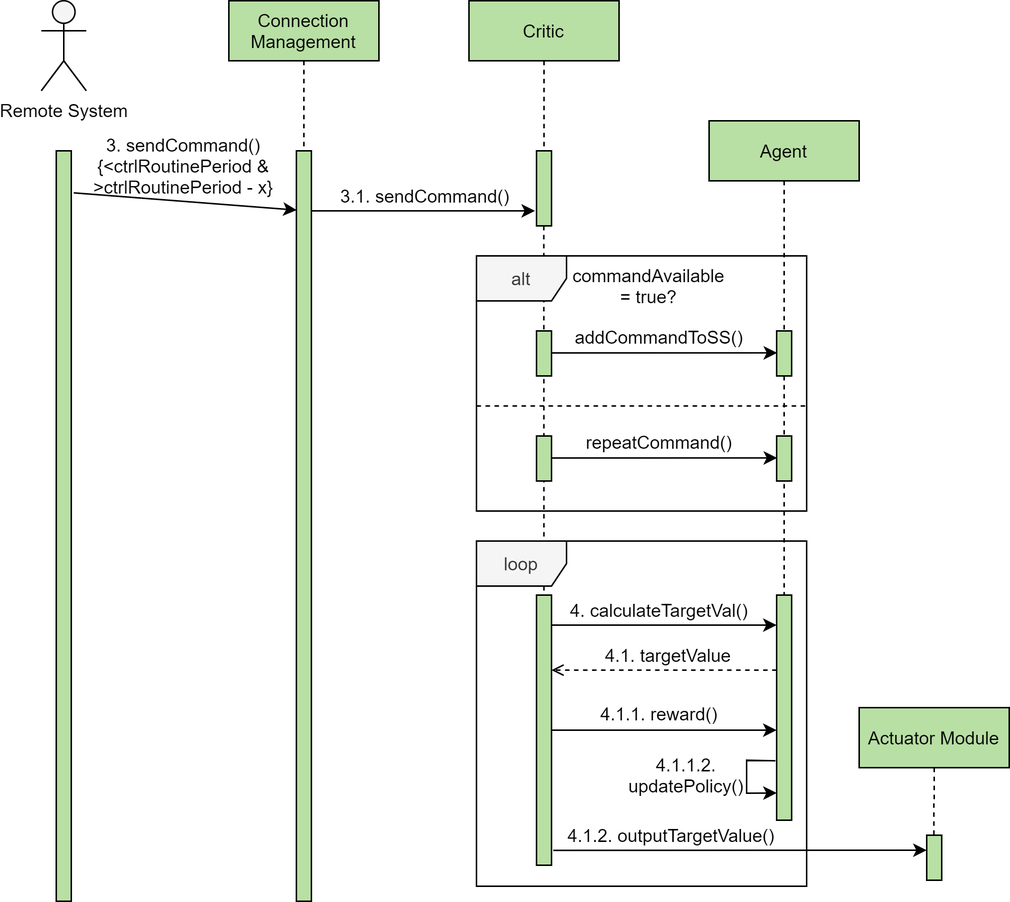
Above: 2. Analysis/5. System Analysis/Local/Sequence/sequence_diagram_local-2.png in esrg-silent-howl/zephyrus (draw.io), before the change. Source tidied: cells renumbered, new cells last; positions are measured from the earlier drawing's top-left corner, leaving out a move shared by most shapes.
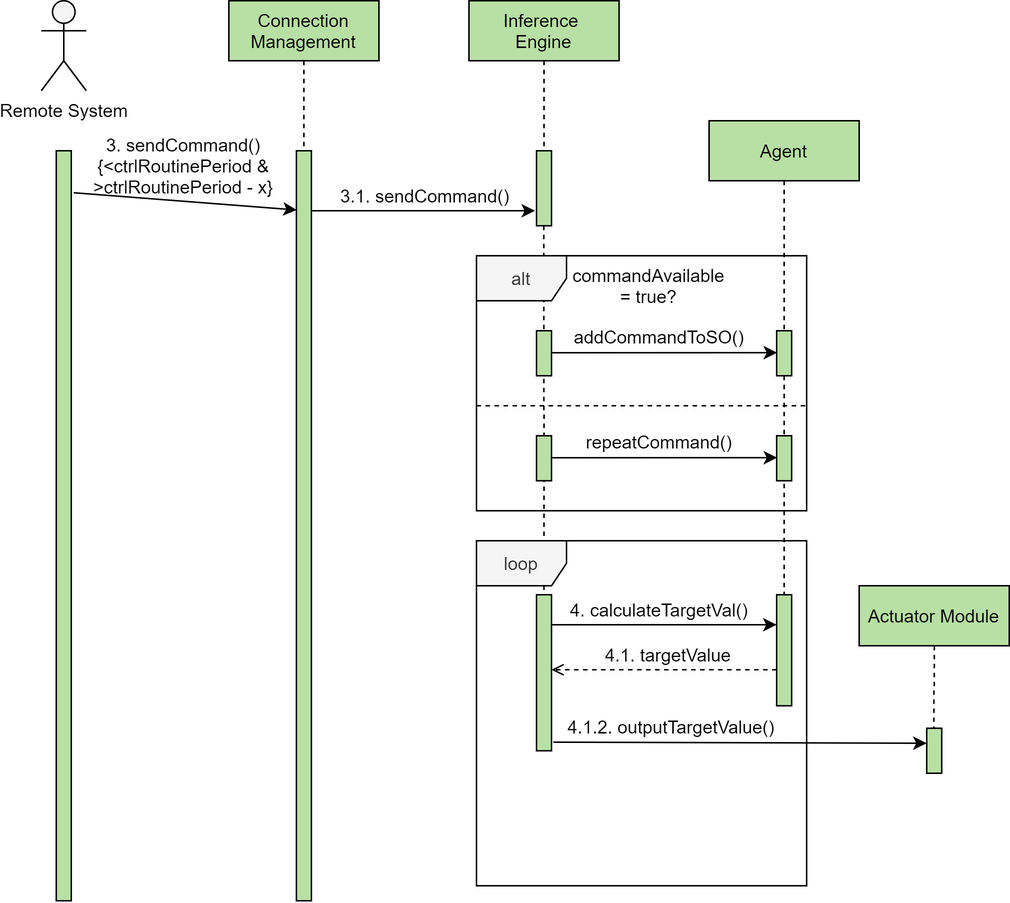
After the change.

Commit message:
FIX: Solved functional problems related to the RL model in the tables and diagrams

What changed in the source:
```diff
@@ -17,7 +17,7 @@
       <mxGeometry x="290" y="170" width="220" height="170" as="geometry" />
     </mxCell>
     <mxCell id="6" style="points=[];perimeter=orthogonalPerimeter;rounded=0;shadow=0;strokeWidth=1;fillColor=#B8DFA4;" parent="1" vertex="1">
-      <mxGeometry x="490" y="396" width="10" height="150" as="geometry" />
+      <mxGeometry x="490" y="396" width="10" height="74" as="geometry" />
     </mxCell>
     <mxCell id="7" style="points=[];perimeter=orthogonalPerimeter;rounded=0;shadow=0;strokeWidth=1;fillColor=#B8DFA4;" parent="1" vertex="1">
       <mxGeometry x="330" y="100" width="10" height="50" as="geometry" />
@@ -46,7 +46,7 @@
     <mxCell id="14" style="edgeStyle=orthogonalEdgeStyle;rounded=0;jettySize=auto;html=1;entryX=0.5;entryY=0.002;entryDx=0;entryDy=0;entryPerimeter=0;dashed=1;endArrow=none;endFill=0;" parent="1" edge="1" source="15" target="7">
       <mxGeometry relative="1" as="geometry" />
     </mxCell>
-    <mxCell id="15" value="Critic" style="rounded=0;whiteSpace=wrap;html=1;fillColor=#B8DFA4;" parent="1" vertex="1">
+    <mxCell id="15" value="Inference &lt;br&gt;Engine" style="rounded=0;whiteSpace=wrap;html=1;fillColor=#B8DFA4;" parent="1" vertex="1">
       <mxGeometry x="285" width="100" height="40" as="geometry" />
     </mxCell>
     <mxCell id="16" value="3.1. sendCommand()" style="text;html=1;strokeColor=none;fillColor=none;align=center;verticalAlign=middle;whiteSpace=wrap;rounded=0;" parent="1" vertex="1">
@@ -62,7 +62,7 @@
       <mxGeometry x="445" y="80" width="100" height="40" as="geometry" />
     </mxCell>
     <mxCell id="20" style="points=[];perimeter=orthogonalPerimeter;rounded=0;shadow=0;strokeWidth=1;fillColor=#B8DFA4;" parent="1" vertex="1">
-      <mxGeometry x="330" y="396" width="10" height="180" as="geometry" />
+      <mxGeometry x="330" y="396" width="10" height="104" as="geometry" />
     </mxCell>
     <mxCell id="21" style="endArrow=classic;html=1;" parent="1" edge="1">
       <mxGeometry relative="1" as="geometry">
@@ -96,7 +96,7 @@
         <mxPoint x="340" y="234.7" as="sourcePoint" />
       </mxGeometry>
     </mxCell>
-    <mxCell id="29" value="addCommandToSS()" style="text;html=1;strokeColor=none;fillColor=none;align=center;verticalAlign=middle;whiteSpace=wrap;rounded=0;" parent="1" vertex="1">
+    <mxCell id="29" value="addCommandToSO()" style="text;html=1;strokeColor=none;fillColor=none;align=center;verticalAlign=middle;whiteSpace=wrap;rounded=0;" parent="1" vertex="1">
       <mxGeometry x="342" y="214" width="140" height="20" as="geometry" />
     </mxCell>
     <mxCell id="30" style="perimeter=orthogonalPerimeter;rounded=0;shadow=0;strokeWidth=1;fillColor=#B8DFA4;" parent="1" vertex="1">
@@ -122,38 +122,18 @@
     <mxCell id="35" value="4.1. targetValue" style="text;html=1;strokeColor=none;fillColor=none;align=center;verticalAlign=middle;whiteSpace=wrap;rounded=0;" parent="1" vertex="1">
       <mxGeometry x="353" y="426" width="130" height="20" as="geometry" />
     </mxCell>
-    <mxCell id="36" style="endArrow=classic;html=1;" parent="1" edge="1">
-      <mxGeometry relative="1" as="geometry">
-        <mxPoint x="340" y="486" as="sourcePoint" />
-        <mxPoint x="490" y="486" as="targetPoint" />
-      </mxGeometry>
-    </mxCell>
-    <mxCell id="37" value="4.1.1. reward()" style="text;html=1;strokeColor=none;fillColor=none;align=center;verticalAlign=middle;whiteSpace=wrap;rounded=0;" parent="1" vertex="1">
-      <mxGeometry x="347" y="465" width="130" height="20" as="geometry" />
-    </mxCell>
     <mxCell id="38" style="edgeStyle=orthogonalEdgeStyle;rounded=0;jettySize=auto;html=1;dashed=1;endArrow=none;endFill=0;entryX=0.48;entryY=0.017;entryDx=0;entryDy=0;entryPerimeter=0;" parent="1" edge="1" source="39" target="41">
       <mxGeometry relative="1" as="geometry" />
     </mxCell>
     <mxCell id="39" value="Actuator Module" style="rounded=0;whiteSpace=wrap;html=1;fillColor=#B8DFA4;" parent="1" vertex="1">
-      <mxGeometry x="545" y="471" width="100" height="40" as="geometry" />
+      <mxGeometry x="545" y="390" width="100" height="40" as="geometry" />
     </mxCell>
     <mxCell id="40" value="4.1.2. outputTargetValue()" style="text;html=1;strokeColor=none;fillColor=none;align=center;verticalAlign=middle;whiteSpace=wrap;rounded=0;" parent="1" vertex="1">
-      <mxGeometry x="350" y="546" width="140" height="20" as="geometry" />
+      <mxGeometry x="350" y="474" width="140" height="20" as="geometry" />
     </mxCell>
     <mxCell id="41" style="points=[];perimeter=orthogonalPerimeter;rounded=0;shadow=0;strokeWidth=1;fillColor=#B8DFA4;" parent="1" vertex="1">
-      <mxGeometry x="590" y="556" width="10" height="30" as="geometry" />
+      <mxGeometry x="590" y="485" width="10" height="30" as="geometry" />
     </mxCell>
-    <mxCell id="42" style="endArrow=classic;html=1;exitX=-0.082;exitY=0.736;exitDx=0;exitDy=0;exitPerimeter=0;entryX=0.009;entryY=0.879;entryDx=0;entryDy=0;entryPerimeter=0;rounded=0;" parent="1" edge="1" source="6" target="6">
-      <mxGeometry relative="1" as="geometry">
-        <Array as="points">
-          <mxPoint x="470" y="506" />
-          <mxPoint x="470" y="528" />
-        </Array>
-      </mxGeometry>
-    </mxCell>
-    <mxCell id="43" value="4.1.1.2. updatePolicy()" style="text;html=1;strokeColor=none;fillColor=none;align=center;verticalAlign=middle;whiteSpace=wrap;rounded=0;" parent="1" vertex="1">
-      <mxGeometry x="380" y="506" width="100" height="20" as="geometry" />
-    </mxCell>
     <mxCell id="44" style="endArrow=classic;html=1;endFill=1;startArrow=none;startFill=0;entryX=0.022;entryY=0.079;entryDx=0;entryDy=0;entryPerimeter=0;exitX=1.163;exitY=0.056;exitDx=0;exitDy=0;exitPerimeter=0;" parent="1" edge="1" source="8" target="10">
       <mxGeometry relative="1" as="geometry" />
     </mxCell>
```
